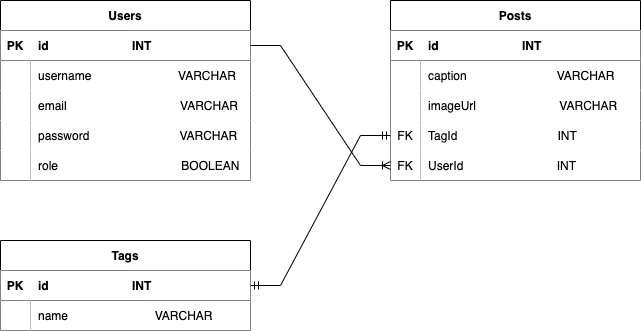
This is Hektipgram.png from SyahidbinFadlyl/Hektipgram, a draw.io export, as it was before one commit. Source tidied: cells renumbered, new cells last; positions are measured from the earlier drawing's top-left corner, leaving out a move shared by most shapes.
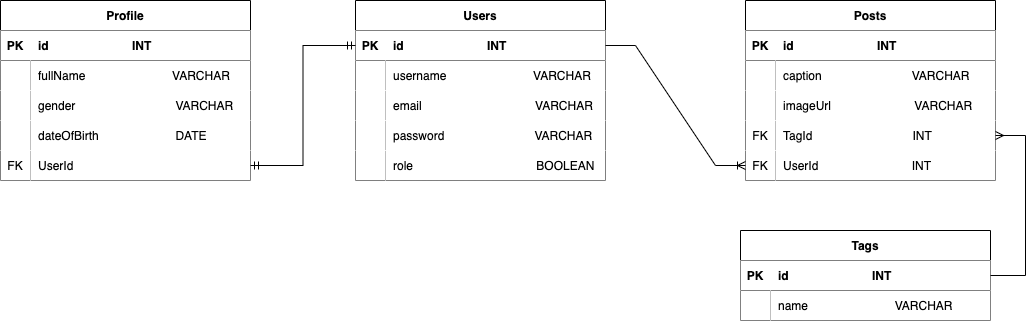
After the commit.

Change to the diagram source:
```diff
@@ -5,125 +5,176 @@
     <mxCell id="2" value="Users" style="shape=table;startSize=30;rowLines=0;fontStyle=1;align=center;" parent="1" vertex="1">
       <mxGeometry width="250" height="180" as="geometry" />
     </mxCell>
-    <mxCell id="3" style="shape=tableRow;horizontal=0;startSize=0;swimlaneHead=0;swimlaneBody=0;fillColor=default;points=[[0,0.5],[1,0.5]];portConstraint=eastwest;top=0;left=0;right=0;bottom=1;" parent="2" vertex="1">
-      <mxGeometry y="30" width="250" height="30" as="geometry" />
-    </mxCell>
-    <mxCell id="4" value="PK" style="shape=partialRectangle;fillColor=none;top=0;left=0;bottom=0;right=0;fontStyle=1;overflow=hidden;" parent="3" vertex="1">
-      <mxGeometry width="30" height="30" as="geometry" />
-    </mxCell>
-    <mxCell id="5" value="id                         INT" style="shape=partialRectangle;fillColor=none;top=0;left=0;bottom=0;right=0;align=left;spacingLeft=6;fontStyle=1;overflow=hidden;" parent="3" vertex="1">
-      <mxGeometry x="30" width="220" height="30" as="geometry" />
-    </mxCell>
-    <mxCell id="6" style="shape=tableRow;horizontal=0;startSize=0;swimlaneHead=0;swimlaneBody=0;fillColor=none;top=0;left=0;right=0;bottom=0;" parent="2" vertex="1">
-      <mxGeometry y="60" width="250" height="30" as="geometry" />
-    </mxCell>
-    <mxCell id="7" style="shape=partialRectangle;top=0;left=0;bottom=0;right=0;overflow=hidden;" parent="6" vertex="1">
-      <mxGeometry width="30" height="30" as="geometry" />
-    </mxCell>
+    <mxCell id="43" style="shape=tableRow;horizontal=0;startSize=0;swimlaneHead=0;swimlaneBody=0;fillColor=default;points=[[0,0.5],[1,0.5]];portConstraint=eastwest;top=0;left=0;right=0;bottom=1;" parent="2" vertex="1">
+      <mxGeometry y="30" width="250" height="30" as="geometry" />
+    </mxCell>
+    <mxCell id="44" value="PK" style="shape=partialRectangle;fillColor=none;top=0;left=0;bottom=0;right=0;fontStyle=1;overflow=hidden;" parent="43" vertex="1">
+      <mxGeometry width="30" height="30" as="geometry" />
+    </mxCell>
+    <mxCell id="45" value="id                         INT" style="shape=partialRectangle;fillColor=none;top=0;left=0;bottom=0;right=0;align=left;spacingLeft=6;fontStyle=1;overflow=hidden;" parent="43" vertex="1">
+      <mxGeometry x="30" width="220" height="30" as="geometry" />
+    </mxCell>
+    <mxCell id="46" style="shape=tableRow;horizontal=0;startSize=0;swimlaneHead=0;swimlaneBody=0;fillColor=none;top=0;left=0;right=0;bottom=0;" parent="2" vertex="1">
+      <mxGeometry y="60" width="250" height="30" as="geometry" />
+    </mxCell>
+    <mxCell id="47" style="shape=partialRectangle;top=0;left=0;bottom=0;right=0;overflow=hidden;" parent="46" vertex="1">
+      <mxGeometry width="30" height="30" as="geometry" />
+    </mxCell>
-    <mxCell id="8" value="username                          VARCHAR " style="shape=partialRectangle;top=0;left=0;bottom=0;right=0;align=left;spacingLeft=6;overflow=hidden;" parent="6" vertex="1">
+    <mxCell id="8" value="username                          VARCHAR " style="shape=partialRectangle;top=0;left=0;bottom=0;right=0;align=left;spacingLeft=6;overflow=hidden;" parent="46" vertex="1">
       <mxGeometry x="30" width="220" height="30" as="geometry" />
     </mxCell>
-    <mxCell id="9" style="shape=tableRow;horizontal=0;startSize=0;swimlaneHead=0;swimlaneBody=0;fillColor=none;top=0;left=0;right=0;bottom=0;" parent="2" vertex="1">
-      <mxGeometry y="90" width="250" height="30" as="geometry" />
-    </mxCell>
-    <mxCell id="10" style="shape=partialRectangle;top=0;left=0;bottom=0;right=0;overflow=hidden;" parent="9" vertex="1">
-      <mxGeometry width="30" height="30" as="geometry" />
-    </mxCell>
+    <mxCell id="48" style="shape=tableRow;horizontal=0;startSize=0;swimlaneHead=0;swimlaneBody=0;fillColor=none;top=0;left=0;right=0;bottom=0;" parent="2" vertex="1">
+      <mxGeometry y="90" width="250" height="30" as="geometry" />
+    </mxCell>
+    <mxCell id="49" style="shape=partialRectangle;top=0;left=0;bottom=0;right=0;overflow=hidden;" parent="48" vertex="1">
+      <mxGeometry width="30" height="30" as="geometry" />
+    </mxCell>
-    <mxCell id="11" value="email                                  VARCHAR" style="shape=partialRectangle;top=0;left=0;bottom=0;right=0;align=left;spacingLeft=6;overflow=hidden;" parent="9" vertex="1">
+    <mxCell id="11" value="email                                  VARCHAR" style="shape=partialRectangle;top=0;left=0;bottom=0;right=0;align=left;spacingLeft=6;overflow=hidden;" parent="48" vertex="1">
       <mxGeometry x="30" width="220" height="30" as="geometry" />
     </mxCell>
-    <mxCell id="12" style="shape=tableRow;horizontal=0;startSize=0;swimlaneHead=0;swimlaneBody=0;fillColor=none;top=0;left=0;right=0;bottom=0;" parent="2" vertex="1">
-      <mxGeometry y="120" width="250" height="30" as="geometry" />
-    </mxCell>
-    <mxCell id="13" style="shape=partialRectangle;top=0;left=0;bottom=0;right=0;overflow=hidden;" parent="12" vertex="1">
-      <mxGeometry width="30" height="30" as="geometry" />
-    </mxCell>
+    <mxCell id="50" style="shape=tableRow;horizontal=0;startSize=0;swimlaneHead=0;swimlaneBody=0;fillColor=none;top=0;left=0;right=0;bottom=0;" parent="2" vertex="1">
+      <mxGeometry y="120" width="250" height="30" as="geometry" />
+    </mxCell>
+    <mxCell id="51" style="shape=partialRectangle;top=0;left=0;bottom=0;right=0;overflow=hidden;" parent="50" vertex="1">
+      <mxGeometry width="30" height="30" as="geometry" />
+    </mxCell>
-    <mxCell id="14" value="password                           VARCHAR" style="shape=partialRectangle;top=0;left=0;bottom=0;right=0;align=left;spacingLeft=6;overflow=hidden;" parent="12" vertex="1">
+    <mxCell id="14" value="password                           VARCHAR" style="shape=partialRectangle;top=0;left=0;bottom=0;right=0;align=left;spacingLeft=6;overflow=hidden;" parent="50" vertex="1">
       <mxGeometry x="30" width="220" height="30" as="geometry" />
     </mxCell>
-    <mxCell id="15" style="shape=tableRow;horizontal=0;startSize=0;swimlaneHead=0;swimlaneBody=0;fillColor=none;top=0;left=0;right=0;bottom=0;" parent="2" vertex="1">
-      <mxGeometry y="150" width="250" height="30" as="geometry" />
-    </mxCell>
-    <mxCell id="16" style="shape=partialRectangle;top=0;left=0;bottom=0;right=0;overflow=hidden;" parent="15" vertex="1">
-      <mxGeometry width="30" height="30" as="geometry" />
-    </mxCell>
+    <mxCell id="52" style="shape=tableRow;horizontal=0;startSize=0;swimlaneHead=0;swimlaneBody=0;fillColor=none;top=0;left=0;right=0;bottom=0;" parent="2" vertex="1">
+      <mxGeometry y="150" width="250" height="30" as="geometry" />
+    </mxCell>
+    <mxCell id="53" style="shape=partialRectangle;top=0;left=0;bottom=0;right=0;overflow=hidden;" parent="52" vertex="1">
+      <mxGeometry width="30" height="30" as="geometry" />
+    </mxCell>
-    <mxCell id="17" value="role                                     BOOLEAN" style="shape=partialRectangle;top=0;left=0;bottom=0;right=0;align=left;spacingLeft=6;overflow=hidden;" parent="15" vertex="1">
+    <mxCell id="17" value="role                                     BOOLEAN" style="shape=partialRectangle;top=0;left=0;bottom=0;right=0;align=left;spacingLeft=6;overflow=hidden;" parent="52" vertex="1">
       <mxGeometry x="30" width="220" height="30" as="geometry" />
     </mxCell>
     <mxCell id="18" value="Posts" style="shape=table;startSize=30;rowLines=0;fontStyle=1;align=center;" parent="1" vertex="1">
       <mxGeometry x="390" width="250" height="180" as="geometry" />
     </mxCell>
-    <mxCell id="19" style="shape=tableRow;horizontal=0;startSize=0;swimlaneHead=0;swimlaneBody=0;fillColor=default;top=0;left=0;right=0;bottom=1;" parent="18" vertex="1">
-      <mxGeometry y="30" width="250" height="30" as="geometry" />
-    </mxCell>
-    <mxCell id="20" value="PK" style="shape=partialRectangle;fillColor=none;top=0;left=0;bottom=0;right=0;fontStyle=1;overflow=hidden;" parent="19" vertex="1">
-      <mxGeometry width="30" height="30" as="geometry" />
-    </mxCell>
-    <mxCell id="21" value="id                         INT" style="shape=partialRectangle;fillColor=none;top=0;left=0;bottom=0;right=0;align=left;spacingLeft=6;fontStyle=1;overflow=hidden;" parent="19" vertex="1">
-      <mxGeometry x="30" width="220" height="30" as="geometry" />
-    </mxCell>
-    <mxCell id="22" style="shape=tableRow;horizontal=0;startSize=0;swimlaneHead=0;swimlaneBody=0;fillColor=none;top=0;left=0;right=0;bottom=0;" parent="18" vertex="1">
-      <mxGeometry y="60" width="250" height="30" as="geometry" />
-    </mxCell>
-    <mxCell id="23" style="shape=partialRectangle;top=0;left=0;bottom=0;right=0;overflow=hidden;" parent="22" vertex="1">
-      <mxGeometry width="30" height="30" as="geometry" />
-    </mxCell>
+    <mxCell id="54" style="shape=tableRow;horizontal=0;startSize=0;swimlaneHead=0;swimlaneBody=0;fillColor=default;top=0;left=0;right=0;bottom=1;" parent="18" vertex="1">
+      <mxGeometry y="30" width="250" height="30" as="geometry" />
+    </mxCell>
+    <mxCell id="55" value="PK" style="shape=partialRectangle;fillColor=none;top=0;left=0;bottom=0;right=0;fontStyle=1;overflow=hidden;" parent="54" vertex="1">
+      <mxGeometry width="30" height="30" as="geometry" />
+    </mxCell>
+    <mxCell id="56" value="id                         INT" style="shape=partialRectangle;fillColor=none;top=0;left=0;bottom=0;right=0;align=left;spacingLeft=6;fontStyle=1;overflow=hidden;" parent="54" vertex="1">
+      <mxGeometry x="30" width="220" height="30" as="geometry" />
+    </mxCell>
+    <mxCell id="57" style="shape=tableRow;horizontal=0;startSize=0;swimlaneHead=0;swimlaneBody=0;fillColor=none;top=0;left=0;right=0;bottom=0;" parent="18" vertex="1">
+      <mxGeometry y="60" width="250" height="30" as="geometry" />
+    </mxCell>
+    <mxCell id="58" style="shape=partialRectangle;top=0;left=0;bottom=0;right=0;overflow=hidden;" parent="57" vertex="1">
+      <mxGeometry width="30" height="30" as="geometry" />
+    </mxCell>
-    <mxCell id="24" value="caption                           VARCHAR" style="shape=partialRectangle;top=0;left=0;bottom=0;right=0;align=left;spacingLeft=6;overflow=hidden;" parent="22" vertex="1">
+    <mxCell id="24" value="caption                           VARCHAR" style="shape=partialRectangle;top=0;left=0;bottom=0;right=0;align=left;spacingLeft=6;overflow=hidden;" parent="57" vertex="1">
       <mxGeometry x="30" width="220" height="30" as="geometry" />
     </mxCell>
-    <mxCell id="25" style="shape=tableRow;horizontal=0;startSize=0;swimlaneHead=0;swimlaneBody=0;fillColor=none;top=0;left=0;right=0;bottom=0;" parent="18" vertex="1">
-      <mxGeometry y="90" width="250" height="30" as="geometry" />
-    </mxCell>
-    <mxCell id="26" style="shape=partialRectangle;top=0;left=0;bottom=0;right=0;overflow=hidden;" parent="25" vertex="1">
-      <mxGeometry width="30" height="30" as="geometry" />
-    </mxCell>
+    <mxCell id="59" style="shape=tableRow;horizontal=0;startSize=0;swimlaneHead=0;swimlaneBody=0;fillColor=none;top=0;left=0;right=0;bottom=0;" parent="18" vertex="1">
+      <mxGeometry y="90" width="250" height="30" as="geometry" />
+    </mxCell>
+    <mxCell id="60" style="shape=partialRectangle;top=0;left=0;bottom=0;right=0;overflow=hidden;" parent="59" vertex="1">
+      <mxGeometry width="30" height="30" as="geometry" />
+    </mxCell>
-    <mxCell id="27" value="imageUrl                         VARCHAR" style="shape=partialRectangle;top=0;left=0;bottom=0;right=0;align=left;spacingLeft=6;overflow=hidden;" parent="25" vertex="1">
+    <mxCell id="27" value="imageUrl                         VARCHAR" style="shape=partialRectangle;top=0;left=0;bottom=0;right=0;align=left;spacingLeft=6;overflow=hidden;" parent="59" vertex="1">
       <mxGeometry x="30" width="220" height="30" as="geometry" />
     </mxCell>
-    <mxCell id="28" style="shape=tableRow;horizontal=0;startSize=0;swimlaneHead=0;swimlaneBody=0;fillColor=none;points=[[0,0.5],[1,0.5]];portConstraint=eastwest;top=0;left=0;right=0;bottom=0;" parent="18" vertex="1">
-      <mxGeometry y="120" width="250" height="30" as="geometry" />
-    </mxCell>
-    <mxCell id="29" value="FK" style="shape=partialRectangle;top=0;left=0;bottom=0;right=0;overflow=hidden;" parent="28" vertex="1">
-      <mxGeometry width="30" height="30" as="geometry" />
-    </mxCell>
+    <mxCell id="61" style="shape=tableRow;horizontal=0;startSize=0;swimlaneHead=0;swimlaneBody=0;fillColor=none;points=[[0,0.5],[1,0.5]];portConstraint=eastwest;top=0;left=0;right=0;bottom=0;" parent="18" vertex="1">
+      <mxGeometry y="120" width="250" height="30" as="geometry" />
+    </mxCell>
+    <mxCell id="62" value="FK" style="shape=partialRectangle;top=0;left=0;bottom=0;right=0;overflow=hidden;" parent="61" vertex="1">
+      <mxGeometry width="30" height="30" as="geometry" />
+    </mxCell>
-    <mxCell id="30" value="TagId                                 INT" style="shape=partialRectangle;top=0;left=0;bottom=0;right=0;align=left;spacingLeft=6;overflow=hidden;" parent="28" vertex="1">
+    <mxCell id="30" value="TagId                                 INT" style="shape=partialRectangle;top=0;left=0;bottom=0;right=0;align=left;spacingLeft=6;overflow=hidden;" parent="61" vertex="1">
       <mxGeometry x="30" width="220" height="30" as="geometry" />
     </mxCell>
-    <mxCell id="31" style="shape=tableRow;horizontal=0;startSize=0;swimlaneHead=0;swimlaneBody=0;fillColor=none;points=[[0,0.5],[1,0.5]];portConstraint=eastwest;top=0;left=0;right=0;bottom=0;" parent="18" vertex="1">
-      <mxGeometry y="150" width="250" height="30" as="geometry" />
-    </mxCell>
-    <mxCell id="32" value="FK" style="shape=partialRectangle;top=0;left=0;bottom=0;right=0;overflow=hidden;" parent="31" vertex="1">
-      <mxGeometry width="30" height="30" as="geometry" />
-    </mxCell>
+    <mxCell id="63" style="shape=tableRow;horizontal=0;startSize=0;swimlaneHead=0;swimlaneBody=0;fillColor=none;points=[[0,0.5],[1,0.5]];portConstraint=eastwest;top=0;left=0;right=0;bottom=0;" parent="18" vertex="1">
+      <mxGeometry y="150" width="250" height="30" as="geometry" />
+    </mxCell>
+    <mxCell id="64" value="FK" style="shape=partialRectangle;top=0;left=0;bottom=0;right=0;overflow=hidden;" parent="63" vertex="1">
+      <mxGeometry width="30" height="30" as="geometry" />
+    </mxCell>
-    <mxCell id="33" value="UserId                            INT" style="shape=partialRectangle;top=0;left=0;bottom=0;right=0;align=left;spacingLeft=6;overflow=hidden;" parent="31" vertex="1">
+    <mxCell id="33" value="UserId                            INT" style="shape=partialRectangle;top=0;left=0;bottom=0;right=0;align=left;spacingLeft=6;overflow=hidden;" parent="63" vertex="1">
       <mxGeometry x="30" width="220" height="30" as="geometry" />
     </mxCell>
     <mxCell id="34" value="Tags" style="shape=table;startSize=30;rowLines=0;fontStyle=1;align=center;" parent="1" vertex="1">
-      <mxGeometry y="240" width="250" height="90" as="geometry" />
+      <mxGeometry x="385" y="230" width="250" height="90" as="geometry" />
     </mxCell>
-    <mxCell id="35" style="shape=tableRow;horizontal=0;startSize=0;swimlaneHead=0;swimlaneBody=0;fillColor=default;points=[[0,0.5],[1,0.5]];portConstraint=eastwest;top=0;left=0;right=0;bottom=1;" parent="34" vertex="1">
-      <mxGeometry y="30" width="250" height="30" as="geometry" />
-    </mxCell>
-    <mxCell id="36" value="PK" style="shape=partialRectangle;fillColor=none;top=0;left=0;bottom=0;right=0;fontStyle=1;overflow=hidden;" parent="35" vertex="1">
-      <mxGeometry width="30" height="30" as="geometry" />
-    </mxCell>
-    <mxCell id="37" value="id                         INT" style="shape=partialRectangle;fillColor=none;top=0;left=0;bottom=0;right=0;align=left;spacingLeft=6;fontStyle=1;overflow=hidden;" parent="35" vertex="1">
-      <mxGeometry x="30" width="220" height="30" as="geometry" />
-    </mxCell>
-    <mxCell id="38" style="shape=tableRow;horizontal=0;startSize=0;swimlaneHead=0;swimlaneBody=0;fillColor=none;top=0;left=0;right=0;bottom=0;" parent="34" vertex="1">
-      <mxGeometry y="60" width="250" height="30" as="geometry" />
-    </mxCell>
-    <mxCell id="39" style="shape=partialRectangle;top=0;left=0;bottom=0;right=0;overflow=hidden;" parent="38" vertex="1">
-      <mxGeometry width="30" height="30" as="geometry" />
-    </mxCell>
+    <mxCell id="65" style="shape=tableRow;horizontal=0;startSize=0;swimlaneHead=0;swimlaneBody=0;fillColor=default;points=[[0,0.5],[1,0.5]];portConstraint=eastwest;top=0;left=0;right=0;bottom=1;" parent="34" vertex="1">
+      <mxGeometry y="30" width="250" height="30" as="geometry" />
+    </mxCell>
+    <mxCell id="66" value="PK" style="shape=partialRectangle;fillColor=none;top=0;left=0;bottom=0;right=0;fontStyle=1;overflow=hidden;" parent="65" vertex="1">
+      <mxGeometry width="30" height="30" as="geometry" />
+    </mxCell>
+    <mxCell id="67" value="id                         INT" style="shape=partialRectangle;fillColor=none;top=0;left=0;bottom=0;right=0;align=left;spacingLeft=6;fontStyle=1;overflow=hidden;" parent="65" vertex="1">
+      <mxGeometry x="30" width="220" height="30" as="geometry" />
+    </mxCell>
+    <mxCell id="68" style="shape=tableRow;horizontal=0;startSize=0;swimlaneHead=0;swimlaneBody=0;fillColor=none;top=0;left=0;right=0;bottom=0;" parent="34" vertex="1">
+      <mxGeometry y="60" width="250" height="30" as="geometry" />
+    </mxCell>
+    <mxCell id="69" style="shape=partialRectangle;top=0;left=0;bottom=0;right=0;overflow=hidden;" parent="68" vertex="1">
+      <mxGeometry width="30" height="30" as="geometry" />
+    </mxCell>
-    <mxCell id="40" value="name                          VARCHAR " style="shape=partialRectangle;top=0;left=0;bottom=0;right=0;align=left;spacingLeft=6;overflow=hidden;" parent="38" vertex="1">
+    <mxCell id="40" value="name                          VARCHAR " style="shape=partialRectangle;top=0;left=0;bottom=0;right=0;align=left;spacingLeft=6;overflow=hidden;" parent="68" vertex="1">
       <mxGeometry x="30" width="220" height="30" as="geometry" />
     </mxCell>
-    <mxCell id="41" style="edgeStyle=entityRelationEdgeStyle;fontSize=12;html=1;endArrow=ERoneToMany;rounded=0;exitX=1;exitY=0.5;exitDx=0;exitDy=0;" parent="1" edge="1" source="3" target="31">
-      <mxGeometry relative="1" as="geometry" />
-    </mxCell>
-    <mxCell id="42" style="edgeStyle=entityRelationEdgeStyle;fontSize=12;html=1;endArrow=ERmandOne;startArrow=ERmandOne;rounded=0;exitX=1;exitY=0.5;exitDx=0;exitDy=0;" parent="1" edge="1" source="35" target="28">
-      <mxGeometry relative="1" as="geometry" />
-    </mxCell>
+    <mxCell id="70" style="edgeStyle=entityRelationEdgeStyle;fontSize=12;html=1;endArrow=ERoneToMany;rounded=0;exitX=1;exitY=0.5;exitDx=0;exitDy=0;" parent="1" edge="1" source="43" target="63">
+      <mxGeometry relative="1" as="geometry" />
+    </mxCell>
+    <mxCell id="71" style="edgeStyle=entityRelationEdgeStyle;fontSize=12;html=1;endArrow=ERmany;startArrow=none;rounded=0;exitX=1;exitY=0.5;exitDx=0;exitDy=0;endFill=0;startFill=0;" parent="1" edge="1" source="65" target="61">
+      <mxGeometry relative="1" as="geometry" />
+    </mxCell>
+    <mxCell id="72" value="Profile" style="shape=table;startSize=30;rowLines=0;fontStyle=1;align=center;" parent="1" vertex="1">
+      <mxGeometry x="-355" width="250" height="180" as="geometry" />
+    </mxCell>
+    <mxCell id="73" style="shape=tableRow;horizontal=0;startSize=0;swimlaneHead=0;swimlaneBody=0;fillColor=default;top=0;left=0;right=0;bottom=1;" parent="72" vertex="1">
+      <mxGeometry y="30" width="250" height="30" as="geometry" />
+    </mxCell>
+    <mxCell id="74" value="PK" style="shape=partialRectangle;fillColor=none;top=0;left=0;bottom=0;right=0;fontStyle=1;overflow=hidden;" parent="73" vertex="1">
+      <mxGeometry width="30" height="30" as="geometry" />
+    </mxCell>
+    <mxCell id="75" value="id                         INT" style="shape=partialRectangle;fillColor=none;top=0;left=0;bottom=0;right=0;align=left;spacingLeft=6;fontStyle=1;overflow=hidden;" parent="73" vertex="1">
+      <mxGeometry x="30" width="220" height="30" as="geometry" />
+    </mxCell>
+    <mxCell id="76" style="shape=tableRow;horizontal=0;startSize=0;swimlaneHead=0;swimlaneBody=0;fillColor=none;top=0;left=0;right=0;bottom=0;" parent="72" vertex="1">
+      <mxGeometry y="60" width="250" height="30" as="geometry" />
+    </mxCell>
+    <mxCell id="77" style="shape=partialRectangle;top=0;left=0;bottom=0;right=0;overflow=hidden;" parent="76" vertex="1">
+      <mxGeometry width="30" height="30" as="geometry" />
+    </mxCell>
+    <mxCell id="78" value="fullName                          VARCHAR " style="shape=partialRectangle;top=0;left=0;bottom=0;right=0;align=left;spacingLeft=6;overflow=hidden;" parent="76" vertex="1">
+      <mxGeometry x="30" width="220" height="30" as="geometry" />
+    </mxCell>
+    <mxCell id="79" style="shape=tableRow;horizontal=0;startSize=0;swimlaneHead=0;swimlaneBody=0;fillColor=none;top=0;left=0;right=0;bottom=0;" parent="72" vertex="1">
+      <mxGeometry y="90" width="250" height="30" as="geometry" />
+    </mxCell>
+    <mxCell id="80" style="shape=partialRectangle;top=0;left=0;bottom=0;right=0;overflow=hidden;" parent="79" vertex="1">
+      <mxGeometry width="30" height="30" as="geometry" />
+    </mxCell>
+    <mxCell id="81" value="gender                              VARCHAR" style="shape=partialRectangle;top=0;left=0;bottom=0;right=0;align=left;spacingLeft=6;overflow=hidden;" parent="79" vertex="1">
+      <mxGeometry x="30" width="220" height="30" as="geometry" />
+    </mxCell>
+    <mxCell id="82" style="shape=tableRow;horizontal=0;startSize=0;swimlaneHead=0;swimlaneBody=0;fillColor=none;top=0;left=0;right=0;bottom=0;" parent="72" vertex="1">
+      <mxGeometry y="120" width="250" height="30" as="geometry" />
+    </mxCell>
+    <mxCell id="83" style="shape=partialRectangle;top=0;left=0;bottom=0;right=0;overflow=hidden;" parent="82" vertex="1">
+      <mxGeometry width="30" height="30" as="geometry" />
+    </mxCell>
+    <mxCell id="84" value="dateOfBirth                       DATE" style="shape=partialRectangle;top=0;left=0;bottom=0;right=0;align=left;spacingLeft=6;overflow=hidden;" parent="82" vertex="1">
+      <mxGeometry x="30" width="220" height="30" as="geometry" />
+    </mxCell>
+    <mxCell id="85" style="shape=tableRow;horizontal=0;startSize=0;swimlaneHead=0;swimlaneBody=0;fillColor=none;points=[[0,0.5],[1,0.5]];portConstraint=eastwest;top=0;left=0;right=0;bottom=0;" parent="72" vertex="1">
+      <mxGeometry y="150" width="250" height="30" as="geometry" />
+    </mxCell>
+    <mxCell id="86" value="FK" style="shape=partialRectangle;top=0;left=0;bottom=0;right=0;overflow=hidden;" parent="85" vertex="1">
+      <mxGeometry width="30" height="30" as="geometry" />
+    </mxCell>
+    <mxCell id="87" value="UserId" style="shape=partialRectangle;top=0;left=0;bottom=0;right=0;align=left;spacingLeft=6;overflow=hidden;" parent="85" vertex="1">
+      <mxGeometry x="30" width="220" height="30" as="geometry" />
+    </mxCell>
+    <mxCell id="88" style="edgeStyle=orthogonalEdgeStyle;rounded=0;jettySize=auto;html=1;entryX=1;entryY=0.5;entryDx=0;entryDy=0;startArrow=ERmandOne;startFill=0;endArrow=ERmandOne;endFill=0;" parent="1" edge="1" source="43" target="85">
+      <mxGeometry relative="1" as="geometry" />
+    </mxCell>
   </root>
 </mxGraphModel>
```
